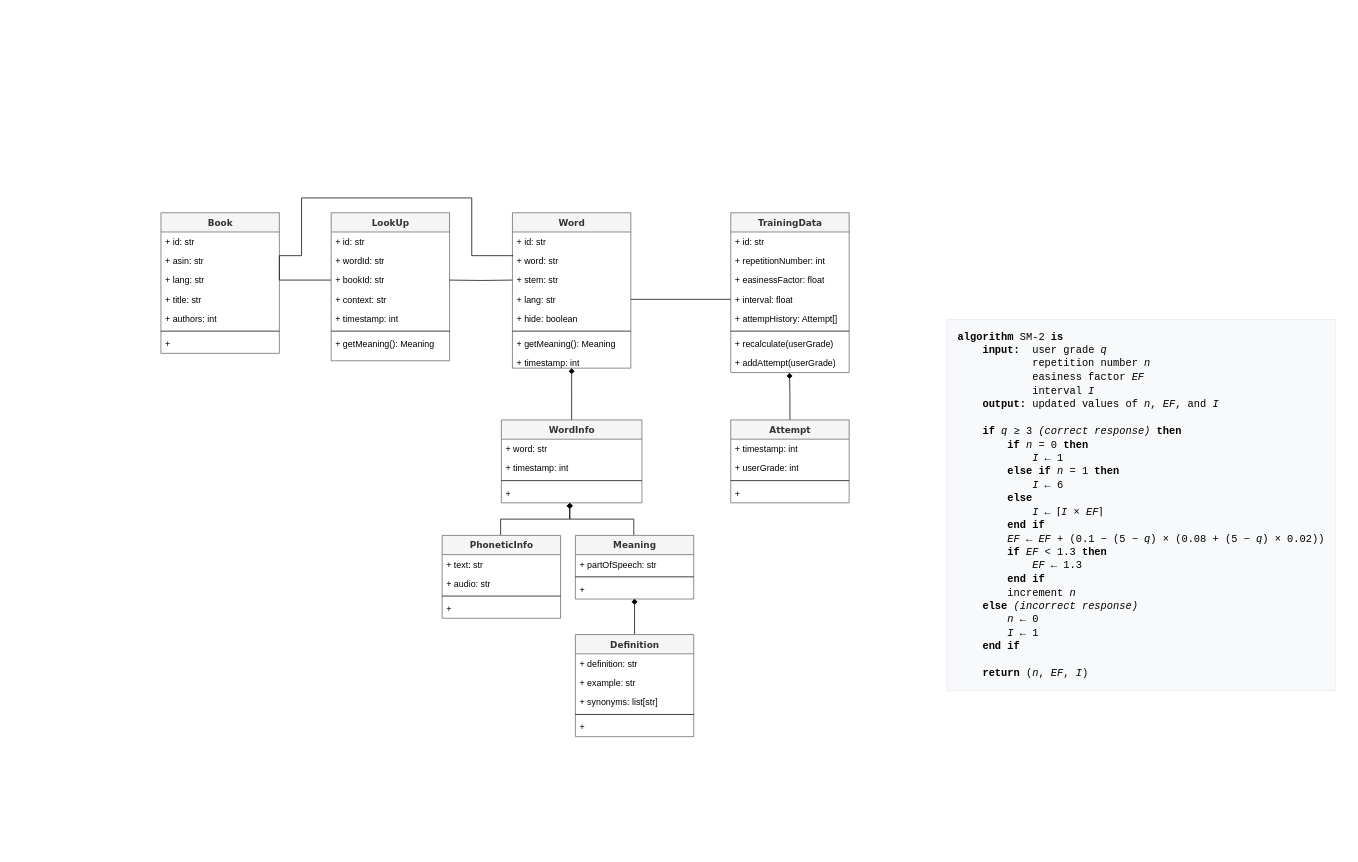
Above: docs/uml.drawio in jmmeneguel/kindleVocabs (draw.io), before the change. Source tidied: cells renumbered, new cells numbered last; positions are measured from the earlier drawing's top-left corner, leaving out a move shared by most shapes. Both pictures are drawn from the tidied source at 74%, with x=0, y=0 at pixel (161, 198).
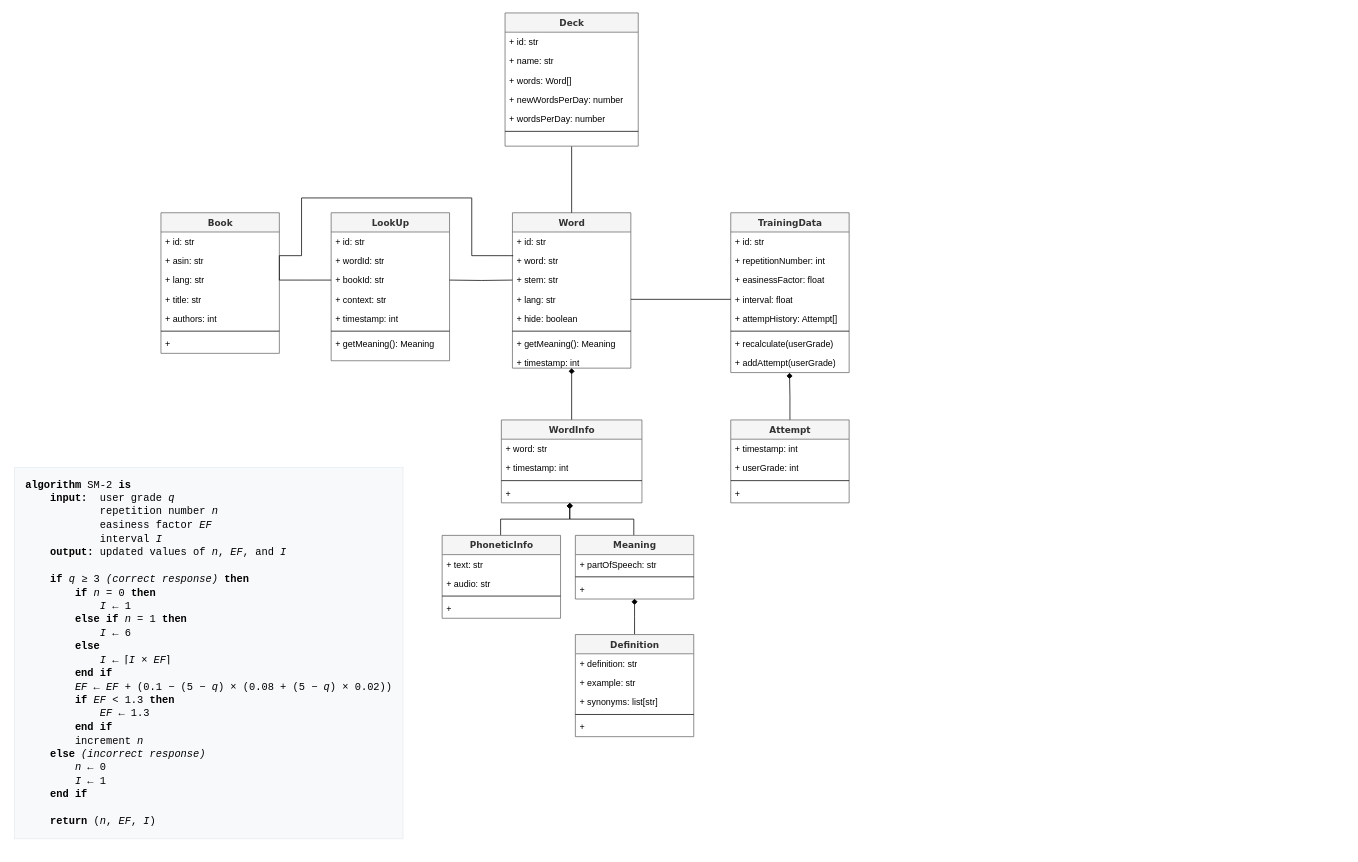
The same page after the edit.

Unchanged cells that the change refers to:
```xml
<mxCell id="2" value="Word" style="swimlane;html=1;fontStyle=1;align=center;verticalAlign=top;horizontal=1;startSize=26;swimlaneFillColor=#ffffff;rounded=0;shadow=0;comic=0;labelBackgroundColor=none;strokeWidth=1;fillColor=#f5f5f5;fontFamily=Verdana;fontSize=12;strokeColor=#666666;fontColor=#333333;" parent="1" vertex="1">
  <mxGeometry x="475" y="20" width="160" height="210" as="geometry" />
</mxCell>
```

The edit, as a diff of the source:
```diff
@@
     <mxCell id="50" value="&lt;pre style=&quot;font-family: monospace , monospace ; line-height: 1.3 ; background-color: rgb(248 , 249 , 250) ; border: 1px solid rgb(234 , 236 , 240) ; padding: 1em ; overflow-x: hidden ; overflow-wrap: break-word ; font-size: 14px&quot;&gt;&lt;b&gt;algorithm&lt;/b&gt; SM-2 &lt;b&gt;is&lt;/b&gt;&lt;br&gt;    &lt;b&gt;input:&lt;/b&gt;  user grade &lt;i&gt;q&lt;/i&gt;&lt;br&gt;            repetition number &lt;i&gt;n&lt;/i&gt;&lt;br&gt;            easiness factor &lt;i&gt;EF&lt;/i&gt;&lt;br&gt;            interval &lt;i&gt;I&lt;/i&gt;&lt;br&gt;    &lt;b&gt;output:&lt;/b&gt; updated values of &lt;i&gt;n&lt;/i&gt;, &lt;i&gt;EF&lt;/i&gt;, and &lt;i&gt;I&lt;/i&gt;&lt;br&gt;&lt;br&gt;    &lt;b&gt;if&lt;/b&gt; &lt;i&gt;q&lt;/i&gt; ≥ 3 &lt;i&gt;(correct response)&lt;/i&gt; &lt;b&gt;then&lt;/b&gt;&lt;br&gt;        &lt;b&gt;if&lt;/b&gt; &lt;i&gt;n&lt;/i&gt; = 0 &lt;b&gt;then&lt;/b&gt;&lt;br&gt;            &lt;i&gt;I&lt;/i&gt; ← 1&lt;br&gt;        &lt;b&gt;else if&lt;/b&gt; &lt;i&gt;n&lt;/i&gt; = 1 &lt;b&gt;then&lt;/b&gt;&lt;br&gt;            &lt;i&gt;I&lt;/i&gt; ← 6&lt;br&gt;        &lt;b&gt;else&lt;/b&gt;&lt;br&gt;            &lt;i&gt;I&lt;/i&gt; ← ⌈&lt;i&gt;I&lt;/i&gt; × &lt;i&gt;EF&lt;/i&gt;⌉&lt;br&gt;        &lt;b&gt;end if&lt;/b&gt;&lt;br&gt;        &lt;i&gt;EF&lt;/i&gt; ← &lt;i&gt;EF&lt;/i&gt; + (0.1 − (5 − &lt;i&gt;q&lt;/i&gt;) × (0.08 + (5 − &lt;i&gt;q&lt;/i&gt;) × 0.02))&lt;br&gt;        &lt;b&gt;if&lt;/b&gt; &lt;i&gt;EF&lt;/i&gt; &amp;lt; 1.3 &lt;b&gt;then&lt;/b&gt;&lt;br&gt;            &lt;i&gt;EF&lt;/i&gt; ← 1.3&lt;br&gt;        &lt;b&gt;end if&lt;/b&gt;&lt;br&gt;        increment &lt;i&gt;n&lt;/i&gt;&lt;br&gt;    &lt;b&gt;else&lt;/b&gt; &lt;i&gt;(incorrect response)&lt;/i&gt;&lt;br&gt;        &lt;i&gt;n&lt;/i&gt; ← 0&lt;br&gt;        &lt;i&gt;I&lt;/i&gt; ← 1&lt;br&gt;    &lt;b&gt;end if&lt;/b&gt;&lt;br&gt;&lt;br&gt;    &lt;b&gt;return&lt;/b&gt; (&lt;i&gt;n&lt;/i&gt;, &lt;i&gt;EF&lt;/i&gt;, &lt;i&gt;I&lt;/i&gt;)&lt;/pre&gt;" style="text;html=1;align=left;verticalAlign=middle;" parent="1" vertex="1">
-      <mxGeometry x="1060" y="150" width="540" height="530" as="geometry" />
+      <mxGeometry x="-200" y="350" width="540" height="530" as="geometry" />
     </mxCell>
@@
+    <mxCell id="71" style="edgeStyle=orthogonalEdgeStyle;rounded=0;jettySize=auto;html=1;exitX=0.5;exitY=1;exitDx=0;exitDy=0;entryX=0.5;entryY=0;entryDx=0;entryDy=0;endArrow=none;endFill=0;" parent="1" edge="1" source="72" target="2">
+      <mxGeometry relative="1" as="geometry" />
+    </mxCell>
+    <mxCell id="72" value="Deck" style="swimlane;html=1;fontStyle=1;align=center;verticalAlign=top;horizontal=1;startSize=26;swimlaneFillColor=#ffffff;rounded=0;shadow=0;comic=0;labelBackgroundColor=none;strokeWidth=1;fillColor=#f5f5f5;fontFamily=Verdana;fontSize=12;strokeColor=#666666;fontColor=#333333;" parent="1" vertex="1">
+      <mxGeometry x="465" y="-250" width="180" height="180" as="geometry" />
+    </mxCell>
+    <mxCell id="73" value="+ id: str" style="text;html=1;strokeColor=none;fillColor=none;align=left;verticalAlign=top;spacingLeft=4;spacingRight=4;whiteSpace=wrap;overflow=hidden;" parent="72" vertex="1">
+      <mxGeometry y="26" width="180" height="26" as="geometry" />
+    </mxCell>
+    <mxCell id="74" value="+ name: str" style="text;html=1;strokeColor=none;fillColor=none;align=left;verticalAlign=top;spacingLeft=4;spacingRight=4;whiteSpace=wrap;overflow=hidden;" parent="72" vertex="1">
+      <mxGeometry y="52" width="180" height="26" as="geometry" />
+    </mxCell>
+    <mxCell id="75" value="+ words: Word[]" style="text;html=1;strokeColor=none;fillColor=none;align=left;verticalAlign=top;spacingLeft=4;spacingRight=4;whiteSpace=wrap;overflow=hidden;" parent="72" vertex="1">
+      <mxGeometry y="78" width="180" height="26" as="geometry" />
+    </mxCell>
+    <mxCell id="76" value="+ newWordsPerDay: number" style="text;html=1;strokeColor=none;fillColor=none;align=left;verticalAlign=top;spacingLeft=4;spacingRight=4;whiteSpace=wrap;overflow=hidden;" parent="72" vertex="1">
+      <mxGeometry y="104" width="180" height="26" as="geometry" />
+    </mxCell>
+    <mxCell id="77" value="+ wordsPerDay: number" style="text;html=1;strokeColor=none;fillColor=none;align=left;verticalAlign=top;spacingLeft=4;spacingRight=4;whiteSpace=wrap;overflow=hidden;" parent="72" vertex="1">
+      <mxGeometry y="130" width="180" height="26" as="geometry" />
+    </mxCell>
+    <mxCell id="78" style="line;html=1;strokeWidth=1;fillColor=none;align=left;verticalAlign=middle;spacingTop=-1;spacingLeft=3;spacingRight=3;labelPosition=right;" parent="72" vertex="1">
+      <mxGeometry y="156" width="180" height="8" as="geometry" />
+    </mxCell>
```
